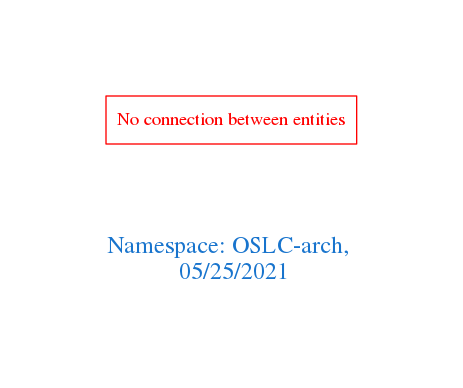
Above: downloads/OSLC-arch.png in arago/OGIT (Graphviz), before the change. Its source is kept beside it as downloads/OSLC-arch.dot.
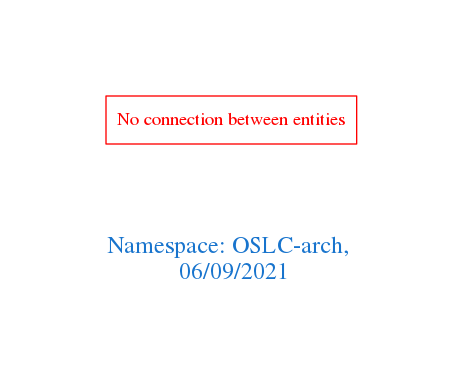
After the commit.

The edit, as a diff of the source:
```diff
@@ -1,7 +1,7 @@
 digraph OGIT_ontology {
  graph [ rankdir= LR,pad=1
 fontsize = 18,
-fontcolor= dodgerblue3,label = "\n\n\nNamespace: OSLC-arch, \n 05/25/2021"];
+fontcolor= dodgerblue3,label = "\n\n\nNamespace: OSLC-arch, \n 06/09/2021"];
 node[shape=polygon];
 edge [  color="gray81"];
 
```
